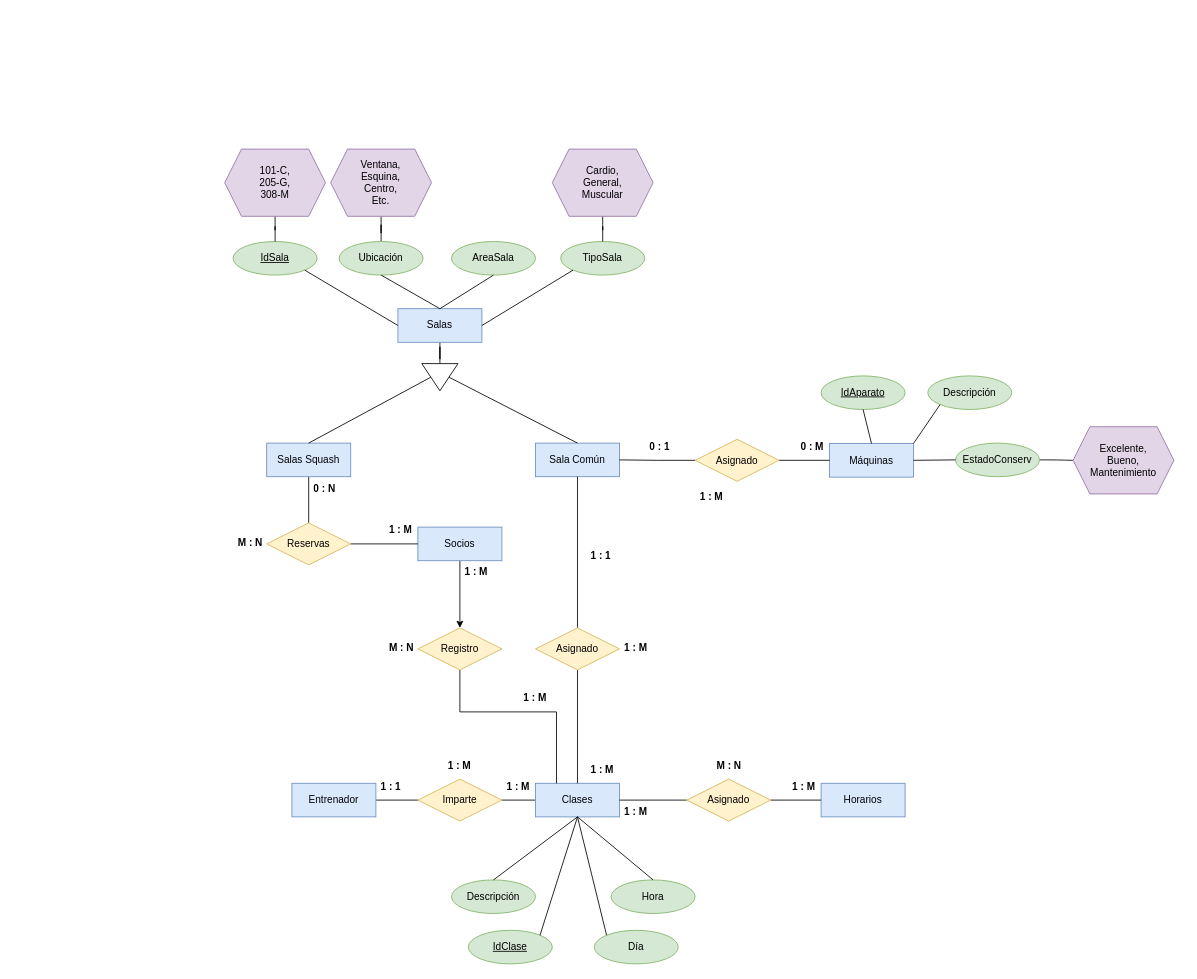
The draw.io diagram Progreso_1/Diagrama_1_TrabajoClase.drawio in AngelDavidStudios/Diagramas_BdD_1, before the edit. Source tidied: cells renumbered, new cells numbered last; positions are measured from the earlier drawing's top-left corner, leaving out a move shared by most shapes. Both pictures are drawn from the tidied source at 84%, with x=0, y=0 at pixel (224, 149).
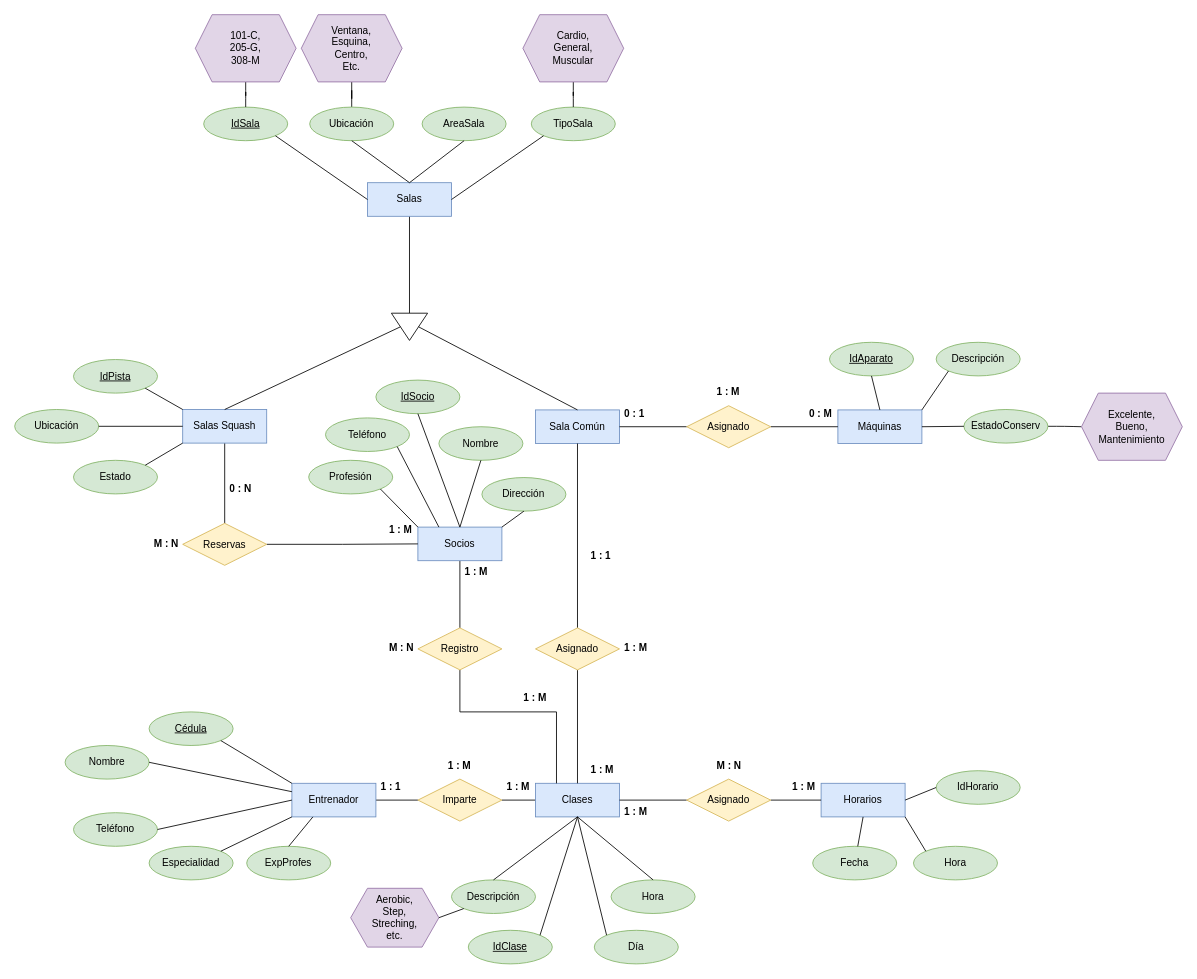
After the change.

Unchanged cells that the change refers to:
```xml
<mxCell id="4" value="Socios" style="whiteSpace=wrap;html=1;align=center;fillColor=#dae8fc;strokeColor=#6c8ebf;rounded=0;" parent="1" vertex="1">
  <mxGeometry x="230" y="450" width="100" height="40" as="geometry" />
</mxCell>
<mxCell id="6" value="Entrenador" style="whiteSpace=wrap;html=1;align=center;fillColor=#dae8fc;strokeColor=#6c8ebf;rounded=0;" parent="1" vertex="1">
  <mxGeometry x="80" y="755" width="100" height="40" as="geometry" />
</mxCell>
<mxCell id="38" value="Horarios" style="whiteSpace=wrap;html=1;align=center;fillColor=#dae8fc;strokeColor=#6c8ebf;rounded=0;" parent="1" vertex="1">
  <mxGeometry x="710" y="755" width="100" height="40" as="geometry" />
</mxCell>
<mxCell id="44" value="Registro" style="shape=rhombus;perimeter=rhombusPerimeter;whiteSpace=wrap;html=1;align=center;fillColor=#fff2cc;strokeColor=#d6b656;rounded=0;" parent="1" vertex="1">
  <mxGeometry x="230" y="570" width="100" height="50" as="geometry" />
</mxCell>
<mxCell id="73" value="Descripción" style="ellipse;whiteSpace=wrap;html=1;align=center;rounded=0;fillColor=#d5e8d4;strokeColor=#82b366;" parent="1" vertex="1">
  <mxGeometry x="270" y="870" width="100" height="40" as="geometry" />
</mxCell>
```

Change to the diagram source:
```diff
@@
     <mxCell id="2" value="Sala Común" style="whiteSpace=wrap;html=1;align=center;fillColor=#dae8fc;strokeColor=#6c8ebf;fontSize=12;rounded=0;" parent="1" vertex="1">
-      <mxGeometry x="370" y="350" width="100" height="40" as="geometry" />
+      <mxGeometry x="370" y="310.5" width="100" height="40" as="geometry" />
     </mxCell>
-    <mxCell id="3" style="edgeStyle=orthogonalEdgeStyle;rounded=0;jettySize=auto;html=1;" parent="1" edge="1" source="4" target="44">
+    <mxCell id="3" style="edgeStyle=orthogonalEdgeStyle;rounded=0;jettySize=auto;html=1;endArrow=none;endFill=0;" parent="1" edge="1" source="4" target="44">
       <mxGeometry relative="1" as="geometry" />
     </mxCell>
@@
     <mxCell id="7" value="Máquinas" style="whiteSpace=wrap;html=1;align=center;fillColor=#dae8fc;strokeColor=#6c8ebf;rounded=0;" parent="1" vertex="1">
-      <mxGeometry x="720" y="350.5" width="100" height="40" as="geometry" />
+      <mxGeometry x="730" y="310.5" width="100" height="40" as="geometry" />
     </mxCell>
@@
     <mxCell id="9" value="Salas Squash" style="whiteSpace=wrap;html=1;align=center;fillColor=#dae8fc;strokeColor=#6c8ebf;rounded=0;" parent="1" vertex="1">
-      <mxGeometry x="50" y="350" width="100" height="40" as="geometry" />
+      <mxGeometry x="-50" y="310" width="100" height="40" as="geometry" />
     </mxCell>
@@
     <mxCell id="12" value="Asignado" style="shape=rhombus;perimeter=rhombusPerimeter;whiteSpace=wrap;html=1;align=center;fillColor=#fff2cc;strokeColor=#d6b656;rounded=0;" parent="1" vertex="1">
-      <mxGeometry x="560" y="345.5" width="100" height="50" as="geometry" />
+      <mxGeometry x="550" y="305.5" width="100" height="50" as="geometry" />
     </mxCell>
     <mxCell id="13" value="1 : M" style="text;strokeColor=none;fillColor=none;spacingLeft=4;spacingRight=4;overflow=hidden;fontSize=12;whiteSpace=wrap;html=1;fontStyle=1;rounded=0;" parent="1" vertex="1">
-      <mxGeometry x="560" y="400" width="40" height="30" as="geometry" />
+      <mxGeometry x="580" y="275" width="40" height="30" as="geometry" />
     </mxCell>
@@
     <mxCell id="16" value="0 : M" style="text;strokeColor=none;fillColor=none;spacingLeft=4;spacingRight=4;overflow=hidden;fontSize=12;whiteSpace=wrap;html=1;fontStyle=1;rounded=0;" parent="1" vertex="1">
-      <mxGeometry x="680" y="340.5" width="40" height="30" as="geometry" />
+      <mxGeometry x="690" y="300.5" width="40" height="30" as="geometry" />
     </mxCell>
     <mxCell id="17" value="0 : 1" style="text;strokeColor=none;fillColor=none;spacingLeft=4;spacingRight=4;overflow=hidden;fontSize=12;whiteSpace=wrap;html=1;fontStyle=1;rounded=0;" parent="1" vertex="1">
-      <mxGeometry x="500" y="340.5" width="40" height="30" as="geometry" />
+      <mxGeometry x="470" y="300.5" width="40" height="30" as="geometry" />
     </mxCell>
@@
     <mxCell id="29" value="Salas" style="whiteSpace=wrap;html=1;align=center;fillColor=#dae8fc;strokeColor=#6c8ebf;rounded=0;shadow=0;" parent="1" vertex="1">
-      <mxGeometry x="206.2" y="190" width="100" height="40" as="geometry" />
+      <mxGeometry x="170" y="40" width="100" height="40" as="geometry" />
     </mxCell>
     <mxCell id="30" style="triangle;whiteSpace=wrap;html=1;rotation=90;rounded=0;" parent="1" vertex="1">
-      <mxGeometry x="240" y="250" width="32.4" height="43.1" as="geometry" />
+      <mxGeometry x="203.8" y="190" width="32.4" height="43.1" as="geometry" />
     </mxCell>
@@
     <mxCell id="34" value="Reservas" style="shape=rhombus;perimeter=rhombusPerimeter;whiteSpace=wrap;html=1;align=center;fillColor=#fff2cc;strokeColor=#d6b656;rounded=0;" parent="1" vertex="1">
-      <mxGeometry x="50" y="445" width="100" height="50" as="geometry" />
+      <mxGeometry x="-50" y="445.5" width="100" height="50" as="geometry" />
     </mxCell>
     <mxCell id="35" value="M : N" style="text;strokeColor=none;fillColor=none;spacingLeft=4;spacingRight=4;overflow=hidden;fontSize=12;whiteSpace=wrap;html=1;fontStyle=1;rounded=0;" parent="1" vertex="1">
-      <mxGeometry x="10" y="455" width="40" height="30" as="geometry" />
+      <mxGeometry x="-90" y="455.5" width="40" height="30" as="geometry" />
     </mxCell>
     <mxCell id="36" value="0 : N" style="text;strokeColor=none;fillColor=none;spacingLeft=4;spacingRight=4;overflow=hidden;fontSize=12;whiteSpace=wrap;html=1;fontStyle=1;rounded=0;" parent="1" vertex="1">
-      <mxGeometry x="100" y="390.5" width="40" height="30" as="geometry" />
+      <mxGeometry y="391" width="40" height="30" as="geometry" />
     </mxCell>
@@
     <mxCell id="51" value="Ubicación" style="ellipse;whiteSpace=wrap;html=1;align=center;rounded=0;fillColor=#d5e8d4;strokeColor=#82b366;" parent="1" vertex="1">
-      <mxGeometry x="136.2" y="110" width="100" height="40" as="geometry" />
+      <mxGeometry x="101.2" y="-50" width="100" height="40" as="geometry" />
     </mxCell>
     <mxCell id="52" value="Ventana,&lt;div&gt;Esquina,&lt;/div&gt;&lt;div&gt;Centro,&lt;/div&gt;&lt;div&gt;Etc.&lt;/div&gt;" style="shape=hexagon;perimeter=hexagonPerimeter2;whiteSpace=wrap;html=1;fixedSize=1;rounded=0;fillColor=#e1d5e7;strokeColor=#9673a6;" parent="1" vertex="1">
-      <mxGeometry x="126.2" width="120" height="80" as="geometry" />
+      <mxGeometry x="91.2" y="-160" width="120" height="80" as="geometry" />
     </mxCell>
     <mxCell id="53" value="IdSala" style="ellipse;whiteSpace=wrap;html=1;align=center;fontStyle=4;rounded=0;fillColor=#d5e8d4;strokeColor=#82b366;" parent="1" vertex="1">
-      <mxGeometry x="10" y="110" width="100" height="40" as="geometry" />
+      <mxGeometry x="-25" y="-50" width="100" height="40" as="geometry" />
     </mxCell>
@@
     <mxCell id="55" value="TipoSala" style="ellipse;whiteSpace=wrap;html=1;align=center;rounded=0;fillColor=#d5e8d4;strokeColor=#82b366;" parent="1" vertex="1">
-      <mxGeometry x="400" y="110" width="100" height="40" as="geometry" />
+      <mxGeometry x="365" y="-50" width="100" height="40" as="geometry" />
     </mxCell>
@@
     <mxCell id="58" value="AreaSala" style="ellipse;whiteSpace=wrap;html=1;align=center;rounded=0;fillColor=#d5e8d4;strokeColor=#82b366;" parent="1" vertex="1">
-      <mxGeometry x="270" y="110" width="100" height="40" as="geometry" />
+      <mxGeometry x="235" y="-50" width="100" height="40" as="geometry" />
     </mxCell>
@@
     <mxCell id="61" value="101-C,&lt;div&gt;205-G,&lt;/div&gt;&lt;div&gt;308-M&lt;/div&gt;" style="shape=hexagon;perimeter=hexagonPerimeter2;whiteSpace=wrap;html=1;fixedSize=1;rounded=0;fillColor=#e1d5e7;strokeColor=#9673a6;" parent="1" vertex="1">
-      <mxGeometry width="120" height="80" as="geometry" />
+      <mxGeometry x="-35" y="-160" width="120" height="80" as="geometry" />
     </mxCell>
@@
     <mxCell id="63" value="Cardio,&lt;div&gt;General,&lt;/div&gt;&lt;div&gt;Muscular&lt;/div&gt;" style="shape=hexagon;perimeter=hexagonPerimeter2;whiteSpace=wrap;html=1;fixedSize=1;rounded=0;fillColor=#e1d5e7;strokeColor=#9673a6;" parent="1" vertex="1">
-      <mxGeometry x="390" width="120" height="80" as="geometry" />
+      <mxGeometry x="355" y="-160" width="120" height="80" as="geometry" />
     </mxCell>
     <mxCell id="64" value="IdAparato" style="ellipse;whiteSpace=wrap;html=1;align=center;fontStyle=4;rounded=0;fillColor=#d5e8d4;strokeColor=#82b366;" parent="1" vertex="1">
-      <mxGeometry x="710" y="270" width="100" height="40" as="geometry" />
+      <mxGeometry x="720" y="230" width="100" height="40" as="geometry" />
     </mxCell>
     <mxCell id="65" value="Descripción" style="ellipse;whiteSpace=wrap;html=1;align=center;rounded=0;fillColor=#d5e8d4;strokeColor=#82b366;" parent="1" vertex="1">
-      <mxGeometry x="837" y="270" width="100" height="40" as="geometry" />
+      <mxGeometry x="847" y="230" width="100" height="40" as="geometry" />
     </mxCell>
@@
     <mxCell id="67" value="EstadoConserv" style="ellipse;whiteSpace=wrap;html=1;align=center;rounded=0;fillColor=#d5e8d4;strokeColor=#82b366;" parent="1" vertex="1">
-      <mxGeometry x="870" y="350" width="100" height="40" as="geometry" />
+      <mxGeometry x="880" y="310" width="100" height="40" as="geometry" />
     </mxCell>
@@
     <mxCell id="71" value="Excelente,&lt;div&gt;Bueno,&lt;/div&gt;&lt;div&gt;Mantenimiento&lt;/div&gt;" style="shape=hexagon;perimeter=hexagonPerimeter2;whiteSpace=wrap;html=1;fixedSize=1;rounded=0;fillColor=#e1d5e7;strokeColor=#9673a6;" parent="1" vertex="1">
-      <mxGeometry x="1010" y="330.5" width="120" height="80" as="geometry" />
+      <mxGeometry x="1020" y="290.5" width="120" height="80" as="geometry" />
     </mxCell>
@@
+    <mxCell id="80" value="Cédula" style="ellipse;whiteSpace=wrap;html=1;align=center;fontStyle=4;rounded=0;fillColor=#d5e8d4;strokeColor=#82b366;" parent="1" vertex="1">
+      <mxGeometry x="-90" y="670" width="100" height="40" as="geometry" />
+    </mxCell>
+    <mxCell id="81" value="Nombre" style="ellipse;whiteSpace=wrap;html=1;align=center;rounded=0;fillColor=#d5e8d4;strokeColor=#82b366;" parent="1" vertex="1">
+      <mxGeometry x="-190" y="710" width="100" height="40" as="geometry" />
+    </mxCell>
+    <mxCell id="82" value="Teléfono" style="ellipse;whiteSpace=wrap;html=1;align=center;rounded=0;fillColor=#d5e8d4;strokeColor=#82b366;" parent="1" vertex="1">
+      <mxGeometry x="-180" y="790" width="100" height="40" as="geometry" />
+    </mxCell>
+    <mxCell id="83" value="Especialidad" style="ellipse;whiteSpace=wrap;html=1;align=center;rounded=0;fillColor=#d5e8d4;strokeColor=#82b366;" parent="1" vertex="1">
+      <mxGeometry x="-90" y="830" width="100" height="40" as="geometry" />
+    </mxCell>
+    <mxCell id="84" value="ExpProfes" style="ellipse;whiteSpace=wrap;html=1;align=center;rounded=0;fillColor=#d5e8d4;strokeColor=#82b366;" parent="1" vertex="1">
+      <mxGeometry x="26.2" y="830" width="100" height="40" as="geometry" />
+    </mxCell>
+    <mxCell id="85" style="endArrow=none;html=1;rounded=0;exitX=1;exitY=1;exitDx=0;exitDy=0;entryX=0;entryY=0;entryDx=0;entryDy=0;" parent="1" edge="1" source="80" target="6">
+      <mxGeometry relative="1" as="geometry" />
+    </mxCell>
+    <mxCell id="86" style="endArrow=none;html=1;rounded=0;exitX=1;exitY=0.5;exitDx=0;exitDy=0;entryX=0;entryY=0.25;entryDx=0;entryDy=0;" parent="1" edge="1" source="81" target="6">
+      <mxGeometry relative="1" as="geometry" />
+    </mxCell>
+    <mxCell id="87" style="endArrow=none;html=1;rounded=0;exitX=1;exitY=0.5;exitDx=0;exitDy=0;entryX=0;entryY=0.5;entryDx=0;entryDy=0;" parent="1" edge="1" source="82" target="6">
+      <mxGeometry relative="1" as="geometry" />
+    </mxCell>
+    <mxCell id="88" style="endArrow=none;html=1;rounded=0;exitX=1;exitY=0;exitDx=0;exitDy=0;entryX=0;entryY=1;entryDx=0;entryDy=0;" parent="1" edge="1" source="83" target="6">
+      <mxGeometry relative="1" as="geometry" />
+    </mxCell>
+    <mxCell id="89" style="endArrow=none;html=1;rounded=0;entryX=0.25;entryY=1;entryDx=0;entryDy=0;exitX=0.5;exitY=0;exitDx=0;exitDy=0;" parent="1" edge="1" source="84" target="6">
+      <mxGeometry relative="1" as="geometry" />
+    </mxCell>
+    <mxCell id="90" value="Aerobic,&lt;div&gt;Step,&lt;/div&gt;&lt;div&gt;Streching,&lt;/div&gt;&lt;div&gt;etc.&lt;/div&gt;" style="shape=hexagon;perimeter=hexagonPerimeter2;whiteSpace=wrap;html=1;fixedSize=1;rounded=0;fillColor=#e1d5e7;strokeColor=#9673a6;" parent="1" vertex="1">
+      <mxGeometry x="150" y="880" width="105" height="70" as="geometry" />
+    </mxCell>
+    <mxCell id="91" style="endArrow=none;html=1;rounded=0;entryX=0;entryY=1;entryDx=0;entryDy=0;exitX=1;exitY=0.5;exitDx=0;exitDy=0;" parent="1" edge="1" source="90" target="73">
+      <mxGeometry relative="1" as="geometry" />
+    </mxCell>
+    <mxCell id="92" value="IdSocio" style="ellipse;whiteSpace=wrap;html=1;align=center;fontStyle=4;rounded=0;fillColor=#d5e8d4;strokeColor=#82b366;" parent="1" vertex="1">
+      <mxGeometry x="180" y="275" width="100" height="40" as="geometry" />
+    </mxCell>
+    <mxCell id="93" value="Nombre" style="ellipse;whiteSpace=wrap;html=1;align=center;rounded=0;fillColor=#d5e8d4;strokeColor=#82b366;" parent="1" vertex="1">
+      <mxGeometry x="255" y="330.5" width="100" height="40" as="geometry" />
+    </mxCell>
+    <mxCell id="94" value="Dirección" style="ellipse;whiteSpace=wrap;html=1;align=center;rounded=0;fillColor=#d5e8d4;strokeColor=#82b366;" parent="1" vertex="1">
+      <mxGeometry x="306.2" y="391" width="100" height="40" as="geometry" />
+    </mxCell>
+    <mxCell id="95" value="Profesión" style="ellipse;whiteSpace=wrap;html=1;align=center;rounded=0;fillColor=#d5e8d4;strokeColor=#82b366;" parent="1" vertex="1">
+      <mxGeometry x="100" y="370.5" width="100" height="40" as="geometry" />
+    </mxCell>
+    <mxCell id="96" value="Teléfono" style="ellipse;whiteSpace=wrap;html=1;align=center;rounded=0;fillColor=#d5e8d4;strokeColor=#82b366;" parent="1" vertex="1">
+      <mxGeometry x="120" y="320" width="100" height="40" as="geometry" />
+    </mxCell>
+    <mxCell id="97" style="endArrow=none;html=1;rounded=0;exitX=0.5;exitY=1;exitDx=0;exitDy=0;entryX=1;entryY=0;entryDx=0;entryDy=0;" parent="1" edge="1" source="94" target="4">
+      <mxGeometry relative="1" as="geometry" />
+    </mxCell>
+    <mxCell id="98" style="endArrow=none;html=1;rounded=0;exitX=0.5;exitY=1;exitDx=0;exitDy=0;entryX=0.5;entryY=0;entryDx=0;entryDy=0;" parent="1" edge="1" source="93" target="4">
+      <mxGeometry relative="1" as="geometry" />
+    </mxCell>
+    <mxCell id="99" style="endArrow=none;html=1;rounded=0;exitX=0.5;exitY=1;exitDx=0;exitDy=0;entryX=0.5;entryY=0;entryDx=0;entryDy=0;" parent="1" edge="1" source="92" target="4">
+      <mxGeometry relative="1" as="geometry" />
+    </mxCell>
+    <mxCell id="100" style="endArrow=none;html=1;rounded=0;exitX=1;exitY=1;exitDx=0;exitDy=0;entryX=0.25;entryY=0;entryDx=0;entryDy=0;" parent="1" edge="1" source="96" target="4">
+      <mxGeometry relative="1" as="geometry" />
+    </mxCell>
+    <mxCell id="101" style="endArrow=none;html=1;rounded=0;exitX=1;exitY=1;exitDx=0;exitDy=0;entryX=0;entryY=0;entryDx=0;entryDy=0;" parent="1" edge="1" source="95" target="4">
+      <mxGeometry relative="1" as="geometry" />
+    </mxCell>
+    <mxCell id="102" value="IdPista" style="ellipse;whiteSpace=wrap;html=1;align=center;fontStyle=4;rounded=0;fillColor=#d5e8d4;strokeColor=#82b366;" parent="1" vertex="1">
+      <mxGeometry x="-180" y="250.5" width="100" height="40" as="geometry" />
+    </mxCell>
+    <mxCell id="103" value="Ubicación" style="ellipse;whiteSpace=wrap;html=1;align=center;rounded=0;fillColor=#d5e8d4;strokeColor=#82b366;" parent="1" vertex="1">
+      <mxGeometry x="-250" y="310" width="100" height="40" as="geometry" />
+    </mxCell>
+    <mxCell id="104" value="Estado" style="ellipse;whiteSpace=wrap;html=1;align=center;rounded=0;fillColor=#d5e8d4;strokeColor=#82b366;" parent="1" vertex="1">
+      <mxGeometry x="-180" y="370.5" width="100" height="40" as="geometry" />
+    </mxCell>
+    <mxCell id="105" style="endArrow=none;html=1;rounded=0;exitX=1;exitY=1;exitDx=0;exitDy=0;entryX=0;entryY=0;entryDx=0;entryDy=0;" parent="1" edge="1" source="102" target="9">
+      <mxGeometry relative="1" as="geometry" />
+    </mxCell>
+    <mxCell id="106" style="endArrow=none;html=1;rounded=0;exitX=1;exitY=0.5;exitDx=0;exitDy=0;entryX=0;entryY=0.5;entryDx=0;entryDy=0;" parent="1" edge="1" source="103" target="9">
+      <mxGeometry relative="1" as="geometry" />
+    </mxCell>
+    <mxCell id="107" style="endArrow=none;html=1;rounded=0;entryX=0;entryY=1;entryDx=0;entryDy=0;exitX=1;exitY=0;exitDx=0;exitDy=0;" parent="1" edge="1" source="104" target="9">
+      <mxGeometry relative="1" as="geometry" />
+    </mxCell>
+    <mxCell id="108" value="Fecha" style="ellipse;whiteSpace=wrap;html=1;align=center;rounded=0;fillColor=#d5e8d4;strokeColor=#82b366;" parent="1" vertex="1">
+      <mxGeometry x="700" y="830" width="100" height="40" as="geometry" />
+    </mxCell>
+    <mxCell id="109" value="Hora" style="ellipse;whiteSpace=wrap;html=1;align=center;rounded=0;fillColor=#d5e8d4;strokeColor=#82b366;" parent="1" vertex="1">
+      <mxGeometry x="820" y="830" width="100" height="40" as="geometry" />
+    </mxCell>
+    <mxCell id="110" value="IdHorario" style="ellipse;whiteSpace=wrap;html=1;align=center;rounded=0;fillColor=#d5e8d4;strokeColor=#82b366;" parent="1" vertex="1">
+      <mxGeometry x="847" y="740" width="100" height="40" as="geometry" />
+    </mxCell>
+    <mxCell id="111" style="endArrow=none;html=1;rounded=0;exitX=1;exitY=0.5;exitDx=0;exitDy=0;entryX=0;entryY=0.5;entryDx=0;entryDy=0;" parent="1" edge="1" source="38" target="110">
+      <mxGeometry relative="1" as="geometry" />
+    </mxCell>
+    <mxCell id="112" style="endArrow=none;html=1;rounded=0;exitX=1;exitY=1;exitDx=0;exitDy=0;entryX=0;entryY=0;entryDx=0;entryDy=0;" parent="1" edge="1" source="38" target="109">
+      <mxGeometry relative="1" as="geometry" />
+    </mxCell>
+    <mxCell id="113" style="endArrow=none;html=1;rounded=0;exitX=0.5;exitY=1;exitDx=0;exitDy=0;" parent="1" edge="1" source="38" target="108">
+      <mxGeometry relative="1" as="geometry" />
+    </mxCell>
```
